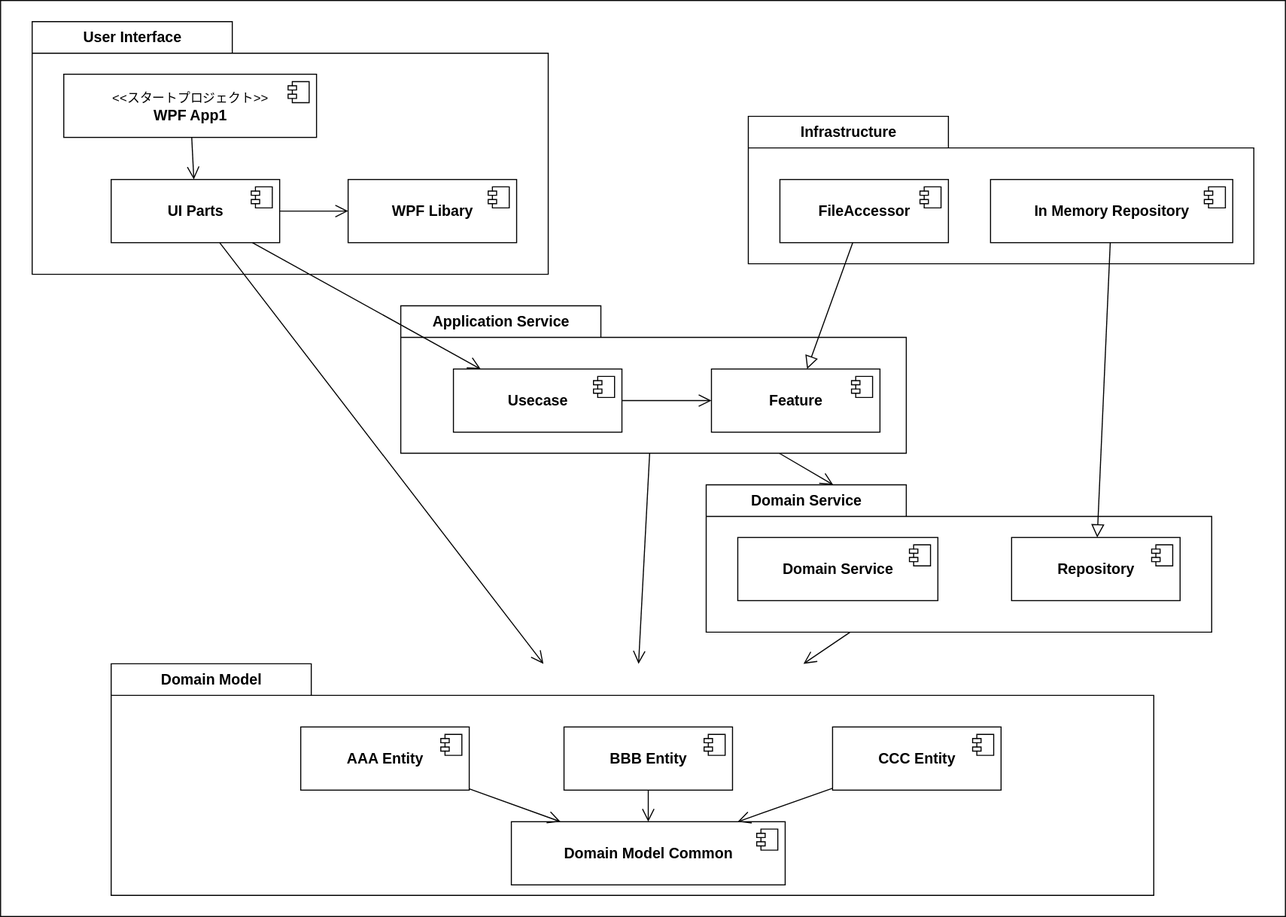
Above: Documents/Design/コンポーネント設計.svg in bosssanovar/WindowsApp_Template_202404 (draw.io), before the change. Source tidied: cells renumbered, new cells last; positions are measured from the earlier drawing's top-left corner, leaving out a move shared by most shapes.
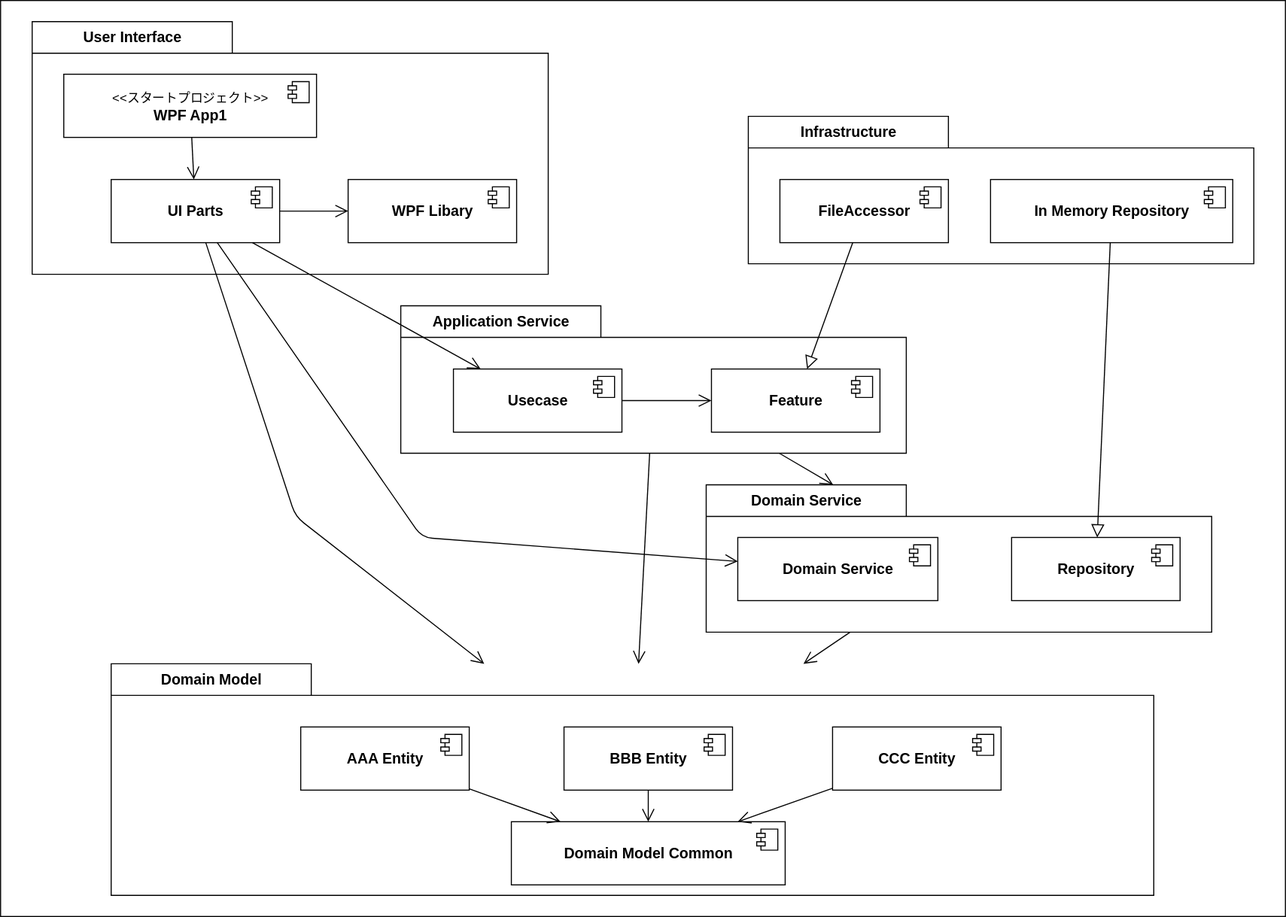
After the change.

The edit, as a diff of the source:
```diff
@@ -186,7 +186,18 @@
       <mxGeometry relative="1" as="geometry" />
     </mxCell>
     <mxCell id="51" style="edgeStyle=none;html=1;strokeWidth=1;fontSize=12;fontColor=#000000;endArrow=open;endFill=0;startSize=6;endSize=10;" parent="1" edge="1" source="32" target="3">
-      <mxGeometry relative="1" as="geometry" />
+      <mxGeometry relative="1" as="geometry">
+        <Array as="points">
+          <mxPoint x="280" y="490" />
+        </Array>
+      </mxGeometry>
     </mxCell>
+    <mxCell id="52" style="edgeStyle=none;html=1;strokeWidth=1;fontSize=12;fontColor=#000000;endArrow=open;endFill=0;startSize=6;endSize=10;" parent="1" edge="1" source="32" target="19">
+      <mxGeometry relative="1" as="geometry">
+        <Array as="points">
+          <mxPoint x="400" y="510" />
+        </Array>
+      </mxGeometry>
+    </mxCell>
   </root>
 </mxGraphModel>
```
